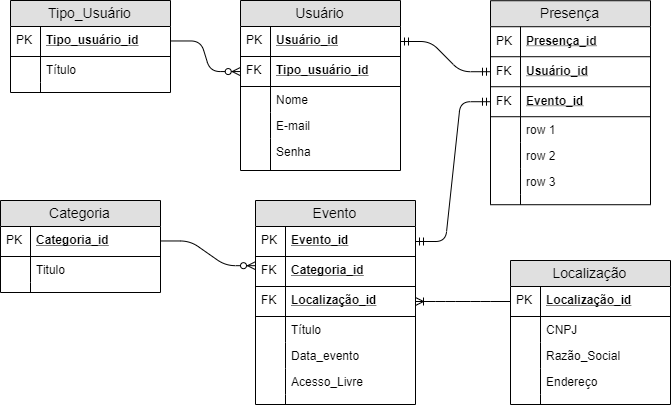
Earlier version of the draw.io export BD/Modelagem/Modelagem2.png (carlosmorette/senai-codexp-gufos). Source tidied: cells renumbered, new cells last; positions are measured from the earlier drawing's top-left corner, leaving out a move shared by most shapes.
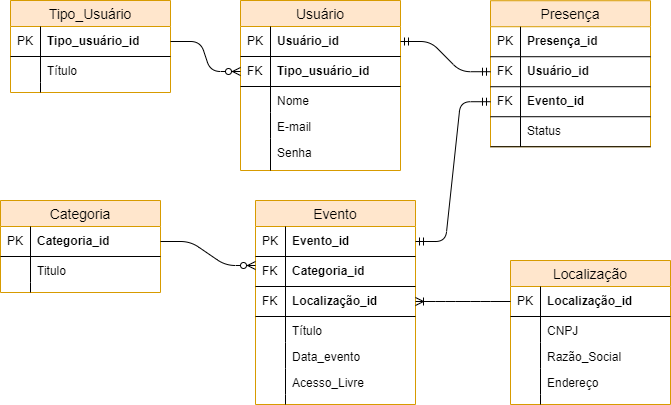
The same diagram one commit later.

The edit, as a diff of the source:
```diff
@@ -2,10 +2,10 @@
   <root>
     <mxCell id="0" />
     <mxCell id="1" parent="0" />
-    <mxCell id="2" value="Tipo_Usuário" style="swimlane;fontStyle=0;horizontal=1;startSize=26;fillColor=#e0e0e0;swimlaneFillColor=#ffffff;align=center;fontSize=14;" parent="1" vertex="1">
+    <mxCell id="2" value="Tipo_Usuário" style="swimlane;fontStyle=0;horizontal=1;startSize=26;fillColor=#ffe6cc;swimlaneFillColor=#ffffff;align=center;fontSize=14;strokeColor=#d79b00;" parent="1" vertex="1">
       <mxGeometry x="10" width="160" height="92" as="geometry" />
     </mxCell>
-    <mxCell id="3" value="Tipo_usuário_id" style="shape=partialRectangle;top=0;left=0;right=0;bottom=1;align=left;verticalAlign=middle;fillColor=none;spacingLeft=34;spacingRight=4;overflow=hidden;points=[[0,0.5],[1,0.5]];portConstraint=eastwest;fontStyle=5;fontSize=12;" parent="2" vertex="1">
+    <mxCell id="3" value="Tipo_usuário_id" style="shape=partialRectangle;top=0;left=0;right=0;bottom=1;align=left;verticalAlign=middle;fillColor=none;spacingLeft=34;spacingRight=4;overflow=hidden;points=[[0,0.5],[1,0.5]];portConstraint=eastwest;fontStyle=1;fontSize=12;" parent="2" vertex="1">
       <mxGeometry y="26" width="160" height="30" as="geometry" />
     </mxCell>
     <mxCell id="4" value="PK" style="shape=partialRectangle;top=0;left=0;bottom=0;fillColor=none;align=left;verticalAlign=middle;spacingLeft=4;spacingRight=4;overflow=hidden;fontSize=12;" parent="3" vertex="1">
@@ -23,16 +23,16 @@
     <mxCell id="8" style="shape=partialRectangle;top=0;left=0;bottom=0;fillColor=none;align=left;verticalAlign=top;spacingLeft=4;spacingRight=4;overflow=hidden;fontSize=12;" parent="7" vertex="1">
       <mxGeometry width="30" height="10" as="geometry" />
     </mxCell>
-    <mxCell id="9" value="Usuário" style="swimlane;fontStyle=0;horizontal=1;startSize=26;fillColor=#e0e0e0;swimlaneFillColor=#ffffff;align=center;fontSize=14;" parent="1" vertex="1">
+    <mxCell id="9" value="Usuário" style="swimlane;fontStyle=0;horizontal=1;startSize=26;fillColor=#ffe6cc;swimlaneFillColor=#ffffff;align=center;fontSize=14;strokeColor=#d79b00;" parent="1" vertex="1">
       <mxGeometry x="240" width="160" height="170" as="geometry" />
     </mxCell>
-    <mxCell id="10" value="Usuário_id" style="shape=partialRectangle;top=0;left=0;right=0;bottom=1;align=left;verticalAlign=middle;fillColor=none;spacingLeft=34;spacingRight=4;overflow=hidden;points=[[0,0.5],[1,0.5]];portConstraint=eastwest;fontStyle=5;fontSize=12;" parent="9" vertex="1">
+    <mxCell id="10" value="Usuário_id" style="shape=partialRectangle;top=0;left=0;right=0;bottom=1;align=left;verticalAlign=middle;fillColor=none;spacingLeft=34;spacingRight=4;overflow=hidden;points=[[0,0.5],[1,0.5]];portConstraint=eastwest;fontStyle=1;fontSize=12;" parent="9" vertex="1">
       <mxGeometry y="26" width="160" height="30" as="geometry" />
     </mxCell>
     <mxCell id="11" value="PK" style="shape=partialRectangle;top=0;left=0;bottom=0;fillColor=none;align=left;verticalAlign=middle;spacingLeft=4;spacingRight=4;overflow=hidden;fontSize=12;" parent="10" vertex="1">
       <mxGeometry width="30" height="30" as="geometry" />
     </mxCell>
-    <mxCell id="12" value="Tipo_usuário_id" style="shape=partialRectangle;top=0;left=0;right=0;bottom=1;align=left;verticalAlign=middle;fillColor=none;spacingLeft=34;spacingRight=4;overflow=hidden;points=[[0,0.5],[1,0.5]];portConstraint=eastwest;fontStyle=5;fontSize=12;" parent="9" vertex="1">
+    <mxCell id="12" value="Tipo_usuário_id" style="shape=partialRectangle;top=0;left=0;right=0;bottom=1;align=left;verticalAlign=middle;fillColor=none;spacingLeft=34;spacingRight=4;overflow=hidden;points=[[0,0.5],[1,0.5]];portConstraint=eastwest;fontStyle=1;fontSize=12;" parent="9" vertex="1">
       <mxGeometry y="56" width="160" height="30" as="geometry" />
     </mxCell>
     <mxCell id="13" value="FK" style="shape=partialRectangle;top=0;left=0;bottom=0;fillColor=none;align=left;verticalAlign=middle;spacingLeft=4;spacingRight=4;overflow=hidden;fontSize=12;" parent="12" vertex="1">
@@ -59,10 +59,10 @@
     <mxCell id="20" style="edgeStyle=entityRelationEdgeStyle;fontSize=12;html=1;endArrow=ERzeroToMany;endFill=1;entryX=0;entryY=0.5;entryDx=0;entryDy=0;exitX=1;exitY=0.5;exitDx=0;exitDy=0;" parent="1" edge="1" source="3" target="12">
       <mxGeometry relative="1" as="geometry" />
     </mxCell>
-    <mxCell id="21" value="Categoria" style="swimlane;fontStyle=0;horizontal=1;startSize=26;fillColor=#e0e0e0;swimlaneFillColor=#ffffff;align=center;fontSize=14;" parent="1" vertex="1">
+    <mxCell id="21" value="Categoria" style="swimlane;fontStyle=0;horizontal=1;startSize=26;fillColor=#ffe6cc;swimlaneFillColor=#ffffff;align=center;fontSize=14;strokeColor=#d79b00;" parent="1" vertex="1">
       <mxGeometry y="200" width="160" height="92" as="geometry" />
     </mxCell>
-    <mxCell id="22" value="Categoria_id" style="shape=partialRectangle;top=0;left=0;right=0;bottom=1;align=left;verticalAlign=middle;fillColor=none;spacingLeft=34;spacingRight=4;overflow=hidden;points=[[0,0.5],[1,0.5]];portConstraint=eastwest;fontStyle=5;fontSize=12;" parent="21" vertex="1">
+    <mxCell id="22" value="Categoria_id" style="shape=partialRectangle;top=0;left=0;right=0;bottom=1;align=left;verticalAlign=middle;fillColor=none;spacingLeft=34;spacingRight=4;overflow=hidden;points=[[0,0.5],[1,0.5]];portConstraint=eastwest;fontStyle=1;fontSize=12;" parent="21" vertex="1">
       <mxGeometry y="26" width="160" height="30" as="geometry" />
     </mxCell>
     <mxCell id="23" value="PK" style="shape=partialRectangle;top=0;left=0;bottom=0;fillColor=none;align=left;verticalAlign=middle;spacingLeft=4;spacingRight=4;overflow=hidden;fontSize=12;" parent="22" vertex="1">
@@ -80,28 +80,28 @@
     <mxCell id="27" style="shape=partialRectangle;top=0;left=0;bottom=0;fillColor=none;align=left;verticalAlign=top;spacingLeft=4;spacingRight=4;overflow=hidden;fontSize=12;" parent="26" vertex="1">
       <mxGeometry width="30" height="10" as="geometry" />
     </mxCell>
-    <mxCell id="28" value="Evento" style="swimlane;fontStyle=0;horizontal=1;startSize=26;fillColor=#e0e0e0;swimlaneFillColor=#ffffff;align=center;fontSize=14;" parent="1" vertex="1">
+    <mxCell id="28" value="Evento" style="swimlane;fontStyle=0;horizontal=1;startSize=26;fillColor=#ffe6cc;swimlaneFillColor=#ffffff;align=center;fontSize=14;strokeColor=#d79b00;" parent="1" vertex="1">
       <mxGeometry x="255" y="200" width="160" height="204" as="geometry" />
     </mxCell>
-    <mxCell id="29" value="Evento_id" style="shape=partialRectangle;top=0;left=0;right=0;bottom=1;align=left;verticalAlign=middle;fillColor=none;spacingLeft=34;spacingRight=4;overflow=hidden;points=[[0,0.5],[1,0.5]];portConstraint=eastwest;fontStyle=5;fontSize=12;" parent="28" vertex="1">
+    <mxCell id="29" value="Evento_id" style="shape=partialRectangle;top=0;left=0;right=0;bottom=1;align=left;verticalAlign=middle;fillColor=none;spacingLeft=34;spacingRight=4;overflow=hidden;points=[[0,0.5],[1,0.5]];portConstraint=eastwest;fontStyle=1;fontSize=12;" parent="28" vertex="1">
       <mxGeometry y="26" width="160" height="30" as="geometry" />
     </mxCell>
     <mxCell id="30" value="PK" style="shape=partialRectangle;top=0;left=0;bottom=0;fillColor=none;align=left;verticalAlign=middle;spacingLeft=4;spacingRight=4;overflow=hidden;fontSize=12;" parent="29" vertex="1">
       <mxGeometry width="30" height="30" as="geometry" />
     </mxCell>
-    <mxCell id="31" value="Categoria_id" style="shape=partialRectangle;top=0;left=0;right=0;bottom=1;align=left;verticalAlign=middle;fillColor=none;spacingLeft=34;spacingRight=4;overflow=hidden;points=[[0,0.5],[1,0.5]];portConstraint=eastwest;fontStyle=5;fontSize=12;" parent="28" vertex="1">
+    <mxCell id="31" value="Categoria_id" style="shape=partialRectangle;top=0;left=0;right=0;bottom=1;align=left;verticalAlign=middle;fillColor=none;spacingLeft=34;spacingRight=4;overflow=hidden;points=[[0,0.5],[1,0.5]];portConstraint=eastwest;fontStyle=1;fontSize=12;" parent="28" vertex="1">
       <mxGeometry y="56" width="160" height="30" as="geometry" />
     </mxCell>
     <mxCell id="32" value="FK" style="shape=partialRectangle;top=0;left=0;bottom=0;fillColor=none;align=left;verticalAlign=middle;spacingLeft=4;spacingRight=4;overflow=hidden;fontSize=12;" parent="31" vertex="1">
       <mxGeometry width="30" height="30" as="geometry" />
     </mxCell>
-    <mxCell id="33" value="Localização_id" style="shape=partialRectangle;top=0;left=0;right=0;bottom=1;align=left;verticalAlign=middle;fillColor=none;spacingLeft=34;spacingRight=4;overflow=hidden;points=[[0,0.5],[1,0.5]];portConstraint=eastwest;fontStyle=5;fontSize=12;" parent="28" vertex="1">
+    <mxCell id="33" value="Localização_id" style="shape=partialRectangle;top=0;left=0;right=0;bottom=1;align=left;verticalAlign=middle;fillColor=none;spacingLeft=34;spacingRight=4;overflow=hidden;points=[[0,0.5],[1,0.5]];portConstraint=eastwest;fontStyle=1;fontSize=12;" parent="28" vertex="1">
       <mxGeometry y="86" width="160" height="30" as="geometry" />
     </mxCell>
     <mxCell id="34" value="FK" style="shape=partialRectangle;top=0;left=0;bottom=0;fillColor=none;align=left;verticalAlign=middle;spacingLeft=4;spacingRight=4;overflow=hidden;fontSize=12;" parent="33" vertex="1">
       <mxGeometry width="30" height="30" as="geometry" />
     </mxCell>
-    <mxCell id="35" value="Título" style="shape=partialRectangle;top=0;left=0;right=0;bottom=0;align=left;verticalAlign=top;fillColor=none;spacingLeft=34;spacingRight=4;overflow=hidden;fontSize=12;" parent="28" vertex="1">
+    <mxCell id="35" value="Título" style="shape=partialRectangle;top=0;left=0;right=0;bottom=0;align=left;verticalAlign=top;fillColor=none;spacingLeft=34;spacingRight=4;overflow=hidden;fontSize=12;fontStyle=0;" parent="28" vertex="1">
       <mxGeometry y="116" width="160" height="26" as="geometry" />
     </mxCell>
     <mxCell id="36" style="shape=partialRectangle;top=0;left=0;bottom=0;fillColor=none;align=left;verticalAlign=top;spacingLeft=4;spacingRight=4;overflow=hidden;fontSize=12;" parent="35" vertex="1">
@@ -128,10 +128,10 @@
     <mxCell id="43" style="edgeStyle=entityRelationEdgeStyle;fontSize=12;html=1;endArrow=ERzeroToMany;endFill=1;entryX=0.002;entryY=0.306;entryDx=0;entryDy=0;entryPerimeter=0;exitX=1;exitY=0.5;exitDx=0;exitDy=0;" parent="1" edge="1" source="22" target="31">
       <mxGeometry relative="1" as="geometry" />
     </mxCell>
-    <mxCell id="44" value="Localização" style="swimlane;fontStyle=0;horizontal=1;startSize=26;fillColor=#e0e0e0;swimlaneFillColor=#ffffff;align=center;fontSize=14;" parent="1" vertex="1">
+    <mxCell id="44" value="Localização" style="swimlane;fontStyle=0;horizontal=1;startSize=26;fillColor=#ffe6cc;swimlaneFillColor=#ffffff;align=center;fontSize=14;strokeColor=#d79b00;" parent="1" vertex="1">
       <mxGeometry x="510" y="260" width="160" height="144" as="geometry" />
     </mxCell>
-    <mxCell id="45" value="Localização_id" style="shape=partialRectangle;top=0;left=0;right=0;bottom=1;align=left;verticalAlign=middle;fillColor=none;spacingLeft=34;spacingRight=4;overflow=hidden;points=[[0,0.5],[1,0.5]];portConstraint=eastwest;fontStyle=5;fontSize=12;" parent="44" vertex="1">
+    <mxCell id="45" value="Localização_id" style="shape=partialRectangle;top=0;left=0;right=0;bottom=1;align=left;verticalAlign=middle;fillColor=none;spacingLeft=34;spacingRight=4;overflow=hidden;points=[[0,0.5],[1,0.5]];portConstraint=eastwest;fontStyle=1;fontSize=12;" parent="44" vertex="1">
       <mxGeometry y="26" width="160" height="30" as="geometry" />
     </mxCell>
     <mxCell id="46" value="PK" style="shape=partialRectangle;top=0;left=0;bottom=0;fillColor=none;align=left;verticalAlign=middle;spacingLeft=4;spacingRight=4;overflow=hidden;fontSize=12;" parent="45" vertex="1">
@@ -161,51 +161,33 @@
     <mxCell id="54" style="shape=partialRectangle;top=0;left=0;bottom=0;fillColor=none;align=left;verticalAlign=top;spacingLeft=4;spacingRight=4;overflow=hidden;fontSize=12;" parent="53" vertex="1">
       <mxGeometry width="30" height="10" as="geometry" />
     </mxCell>
-    <mxCell id="55" value="Presença" style="swimlane;fontStyle=0;horizontal=1;startSize=26;fillColor=#e0e0e0;swimlaneFillColor=#ffffff;align=center;fontSize=14;" parent="1" vertex="1">
-      <mxGeometry x="490" y="0.2" width="160" height="204" as="geometry" />
+    <mxCell id="55" value="Presença" style="swimlane;fontStyle=0;horizontal=1;startSize=26;fillColor=#ffe6cc;swimlaneFillColor=#ffffff;align=center;fontSize=14;strokeColor=#d79b00;" parent="1" vertex="1">
+      <mxGeometry x="490" y="0.2" width="160" height="146" as="geometry" />
     </mxCell>
-    <mxCell id="56" value="Presença_id" style="shape=partialRectangle;top=0;left=0;right=0;bottom=1;align=left;verticalAlign=middle;fillColor=none;spacingLeft=34;spacingRight=4;overflow=hidden;fontStyle=5;fontSize=12;" parent="55" vertex="1">
+    <mxCell id="56" value="Presença_id" style="shape=partialRectangle;top=0;left=0;right=0;bottom=1;align=left;verticalAlign=middle;fillColor=none;spacingLeft=34;spacingRight=4;overflow=hidden;fontStyle=1;fontSize=12;" parent="55" vertex="1">
       <mxGeometry y="26" width="160" height="30" as="geometry" />
     </mxCell>
     <mxCell id="57" value="PK" style="shape=partialRectangle;top=0;left=0;bottom=0;fillColor=none;align=left;verticalAlign=middle;spacingLeft=4;spacingRight=4;overflow=hidden;fontSize=12;" parent="56" vertex="1">
       <mxGeometry width="30" height="30" as="geometry" />
     </mxCell>
-    <mxCell id="58" value="Usuário_id" style="shape=partialRectangle;top=0;left=0;right=0;bottom=1;align=left;verticalAlign=middle;fillColor=none;spacingLeft=34;spacingRight=4;overflow=hidden;points=[[0,0.5],[1,0.5]];portConstraint=eastwest;fontStyle=5;fontSize=12;" parent="55" vertex="1">
+    <mxCell id="58" value="Usuário_id" style="shape=partialRectangle;top=0;left=0;right=0;bottom=1;align=left;verticalAlign=middle;fillColor=none;spacingLeft=34;spacingRight=4;overflow=hidden;points=[[0,0.5],[1,0.5]];portConstraint=eastwest;fontStyle=1;fontSize=12;" parent="55" vertex="1">
       <mxGeometry y="56" width="160" height="30" as="geometry" />
     </mxCell>
     <mxCell id="59" value="FK" style="shape=partialRectangle;top=0;left=0;bottom=0;fillColor=none;align=left;verticalAlign=middle;spacingLeft=4;spacingRight=4;overflow=hidden;fontSize=12;" parent="58" vertex="1">
       <mxGeometry width="30" height="30" as="geometry" />
     </mxCell>
-    <mxCell id="60" value="Evento_id" style="shape=partialRectangle;top=0;left=0;right=0;bottom=1;align=left;verticalAlign=middle;fillColor=none;spacingLeft=34;spacingRight=4;overflow=hidden;points=[[0,0.5],[1,0.5]];portConstraint=eastwest;fontStyle=5;fontSize=12;" parent="55" vertex="1">
+    <mxCell id="60" value="Evento_id" style="shape=partialRectangle;top=0;left=0;right=0;bottom=1;align=left;verticalAlign=middle;fillColor=none;spacingLeft=34;spacingRight=4;overflow=hidden;points=[[0,0.5],[1,0.5]];portConstraint=eastwest;fontStyle=1;fontSize=12;" parent="55" vertex="1">
       <mxGeometry y="86" width="160" height="30" as="geometry" />
     </mxCell>
     <mxCell id="61" value="FK" style="shape=partialRectangle;top=0;left=0;bottom=0;fillColor=none;align=left;verticalAlign=middle;spacingLeft=4;spacingRight=4;overflow=hidden;fontSize=12;" parent="60" vertex="1">
       <mxGeometry width="30" height="30" as="geometry" />
     </mxCell>
-    <mxCell id="62" value="row 1" style="shape=partialRectangle;top=0;left=0;right=0;bottom=0;align=left;verticalAlign=top;fillColor=none;spacingLeft=34;spacingRight=4;overflow=hidden;fontSize=12;" parent="55" vertex="1">
-      <mxGeometry y="116" width="160" height="26" as="geometry" />
-    </mxCell>
-    <mxCell id="63" style="shape=partialRectangle;top=0;left=0;bottom=0;fillColor=none;align=left;verticalAlign=top;spacingLeft=4;spacingRight=4;overflow=hidden;fontSize=12;" parent="62" vertex="1">
-      <mxGeometry width="30" height="26" as="geometry" />
-    </mxCell>
-    <mxCell id="64" value="row 2" style="shape=partialRectangle;top=0;left=0;right=0;bottom=0;align=left;verticalAlign=top;fillColor=none;spacingLeft=34;spacingRight=4;overflow=hidden;fontSize=12;" parent="55" vertex="1">
-      <mxGeometry y="142" width="160" height="26" as="geometry" />
-    </mxCell>
-    <mxCell id="65" style="shape=partialRectangle;top=0;left=0;bottom=0;fillColor=none;align=left;verticalAlign=top;spacingLeft=4;spacingRight=4;overflow=hidden;fontSize=12;" parent="64" vertex="1">
-      <mxGeometry width="30" height="26" as="geometry" />
-    </mxCell>
-    <mxCell id="66" value="row 3" style="shape=partialRectangle;top=0;left=0;right=0;bottom=0;align=left;verticalAlign=top;fillColor=none;spacingLeft=34;spacingRight=4;overflow=hidden;fontSize=12;" parent="55" vertex="1">
-      <mxGeometry y="168" width="160" height="26" as="geometry" />
-    </mxCell>
-    <mxCell id="67" style="shape=partialRectangle;top=0;left=0;bottom=0;fillColor=none;align=left;verticalAlign=top;spacingLeft=4;spacingRight=4;overflow=hidden;fontSize=12;" parent="66" vertex="1">
-      <mxGeometry width="30" height="26" as="geometry" />
-    </mxCell>
-    <mxCell id="68" style="shape=partialRectangle;top=0;left=0;right=0;bottom=0;align=left;verticalAlign=top;fillColor=none;spacingLeft=34;spacingRight=4;overflow=hidden;fontSize=12;" parent="55" vertex="1">
-      <mxGeometry y="194" width="160" height="10" as="geometry" />
-    </mxCell>
-    <mxCell id="69" style="shape=partialRectangle;top=0;left=0;bottom=0;fillColor=none;align=left;verticalAlign=top;spacingLeft=4;spacingRight=4;overflow=hidden;fontSize=12;" parent="68" vertex="1">
-      <mxGeometry width="30" height="10" as="geometry" />
-    </mxCell>
+    <mxCell id="73" value="Status" style="shape=partialRectangle;top=0;left=0;right=0;bottom=1;align=left;verticalAlign=middle;fillColor=none;spacingLeft=34;spacingRight=4;overflow=hidden;fontStyle=0;fontSize=12;" parent="55" vertex="1">
+      <mxGeometry y="116" width="160" height="30" as="geometry" />
+    </mxCell>
+    <mxCell id="74" style="shape=partialRectangle;top=0;left=0;bottom=0;fillColor=none;align=left;verticalAlign=middle;spacingLeft=4;spacingRight=4;overflow=hidden;fontSize=12;" parent="73" vertex="1">
+      <mxGeometry width="30" height="30" as="geometry" />
+    </mxCell>
     <mxCell id="70" style="edgeStyle=entityRelationEdgeStyle;fontSize=12;html=1;endArrow=ERoneToMany;" parent="1" edge="1" source="45" target="33">
       <mxGeometry relative="1" as="geometry" />
     </mxCell>
```
